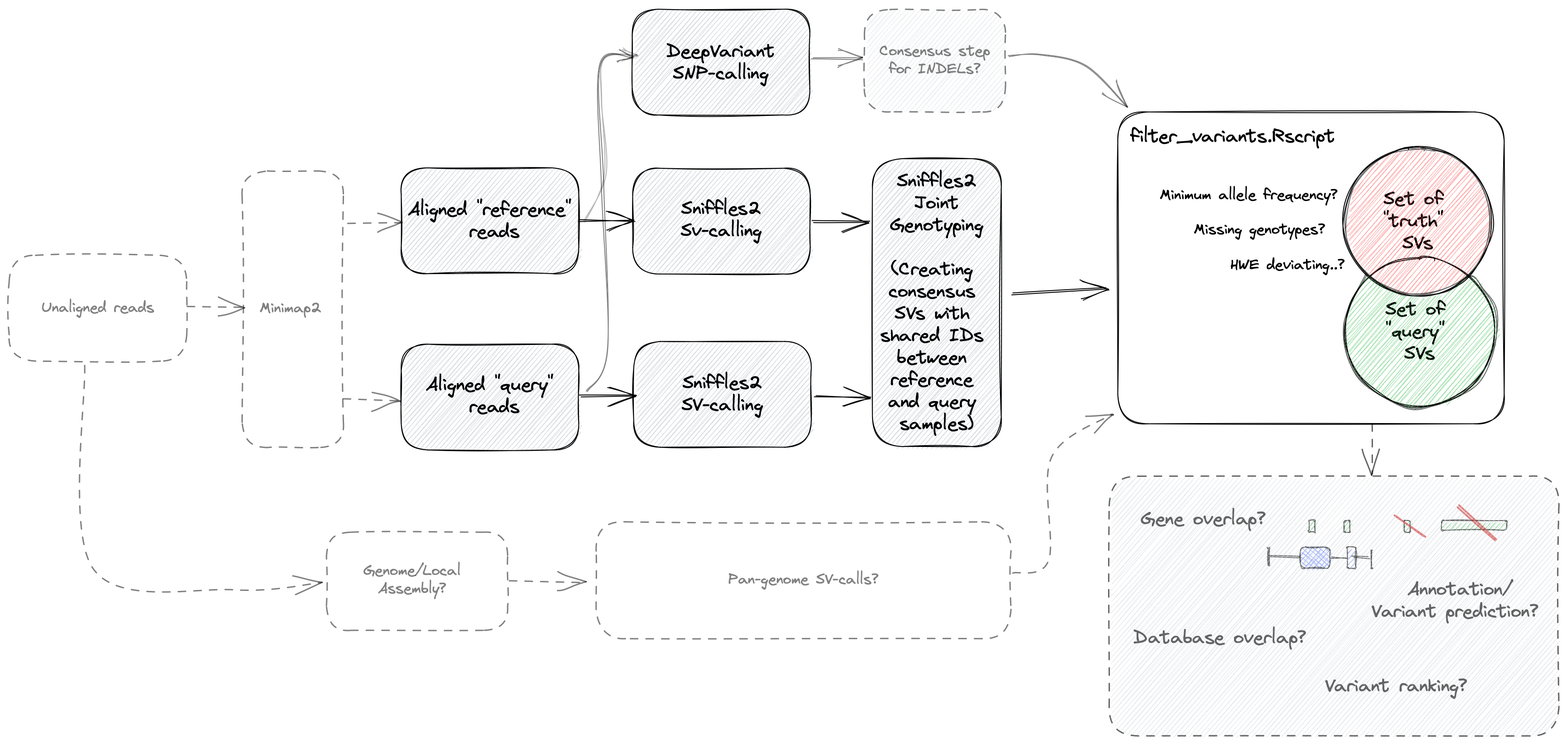
The Excalidraw diagram docs/images/skierfe_concept.excalidraw.png in genomic-medicine-sweden/nallo, before a commit. Source tidied: one line per element, renumbered; positions are measured from the earlier drawing's top-left corner, leaving out a move shared by most shapes.
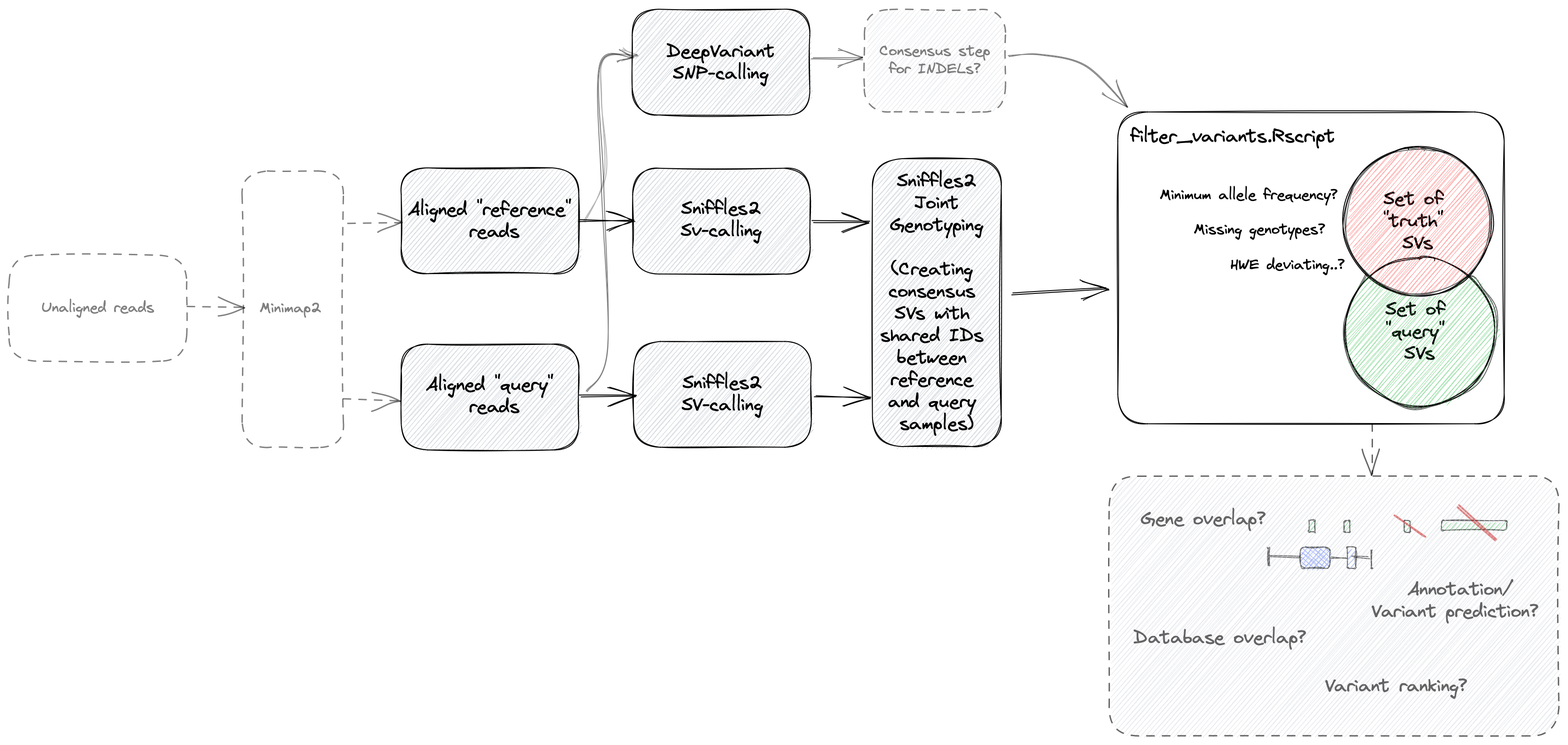
The same diagram one commit later.

Commit message:
Removed pan-genome stuff from project overview

Change to the diagram source:
```diff
@@ -53,13 +53,6 @@
 {"id": 52, "type": "arrow", "strokeColor": "#000000", "strokeWidth": 1, "strokeStyle": "dashed", "roughness": 1, "opacity": 50, "endArrowhead": "arrow", "round": true, "to": 4, "x": 362, "y": 425, "width": 61, "height": 0, "points": [[0, 0], [61, 0]]}
 {"id": 53, "type": "text", "text": "Minimap2", "strokeColor": "#000000", "strokeWidth": 1, "strokeStyle": "dashed", "roughness": 1, "opacity": 50, "fontSize": 16, "fontFamily": 1, "textAlign": "center", "x": 272, "y": 316, "width": 67, "height": 19}
 {"id": 54, "type": "text", "text": "Unaligned reads", "strokeColor": "#000000", "strokeWidth": 1, "strokeStyle": "dashed", "roughness": 1, "opacity": 50, "fontSize": 16, "fontFamily": 1, "textAlign": "center", "x": 35, "y": 315, "width": 123, "height": 19}
-{"id": 55, "type": "arrow", "strokeColor": "#000000", "strokeWidth": 1, "strokeStyle": "dashed", "roughness": 1, "opacity": 50, "endArrowhead": "arrow", "round": true, "from": 48, "to": 56, "x": 82, "y": 388, "width": 257, "height": 244, "points": [[0, 0], [10, 219], [163, 244], [257, 235]]}
-{"id": 56, "type": "rectangle", "strokeColor": "#000000", "strokeWidth": 1, "strokeStyle": "dashed", "roughness": 1, "opacity": 50, "round": true, "x": 345, "y": 569, "width": 197, "height": 107}
-{"id": 57, "type": "text", "text": "Genome/Local\nAssembly?", "strokeColor": "#000000", "strokeWidth": 1, "strokeStyle": "dashed", "roughness": 1, "opacity": 50, "fontSize": 16, "fontFamily": 1, "textAlign": "center", "x": 385, "y": 602, "width": 106, "height": 38}
-{"id": 58, "type": "arrow", "strokeColor": "#000000", "strokeWidth": 1, "strokeStyle": "dashed", "roughness": 1, "opacity": 50, "endArrowhead": "arrow", "round": true, "from": 56, "to": 59, "x": 545, "y": 622, "width": 81, "height": 1, "points": [[0, 0], [81, 1]]}
-{"id": 59, "type": "rectangle", "strokeColor": "#000000", "strokeWidth": 1, "strokeStyle": "dashed", "roughness": 1, "opacity": 50, "round": true, "x": 638, "y": 557, "width": 451, "height": 127}
-{"id": 60, "type": "text", "text": "Pan-genome SV-calls?", "strokeColor": "#000000", "strokeWidth": 1, "strokeStyle": "dashed", "roughness": 1, "opacity": 50, "fontSize": 16, "fontFamily": 1, "textAlign": "center", "verticalAlign": "middle", "inside": 59, "x": 782, "y": 611, "width": 163, "height": 19}
-{"id": 61, "type": "arrow", "strokeColor": "#000000", "strokeWidth": 1, "strokeStyle": "dashed", "roughness": 1, "opacity": 50, "endArrowhead": "arrow", "round": true, "from": 59, "to": 17, "x": 1090, "y": 612, "width": 109, "height": 173, "points": [[0, 0], [41, -14], [43, -123], [109, -173]]}
 {"id": 62, "type": "arrow", "strokeColor": "#000000", "strokeWidth": 1, "roughness": 1, "opacity": 50, "endArrowhead": "arrow", "round": true, "from": 43, "to": 63, "x": 873, "y": 54, "width": 54, "height": 0, "points": [[0, 0], [54, 0]]}
 {"id": 63, "type": "rectangle", "strokeColor": "#000000", "backgroundColor": "#ced4da", "fillStyle": "hachure", "strokeWidth": 1, "strokeStyle": "dashed", "roughness": 1, "opacity": 50, "round": true, "x": 930, "y": 0, "width": 153, "height": 111}
 {"id": 64, "type": "text", "text": "Consensus step\nfor INDELs?", "strokeColor": "#000000", "strokeWidth": 1, "strokeStyle": "dashed", "roughness": 1, "opacity": 50, "fontSize": 16, "fontFamily": 1, "textAlign": "center", "verticalAlign": "middle", "inside": 63, "x": 946, "y": 37, "width": 120, "height": 38}
```
